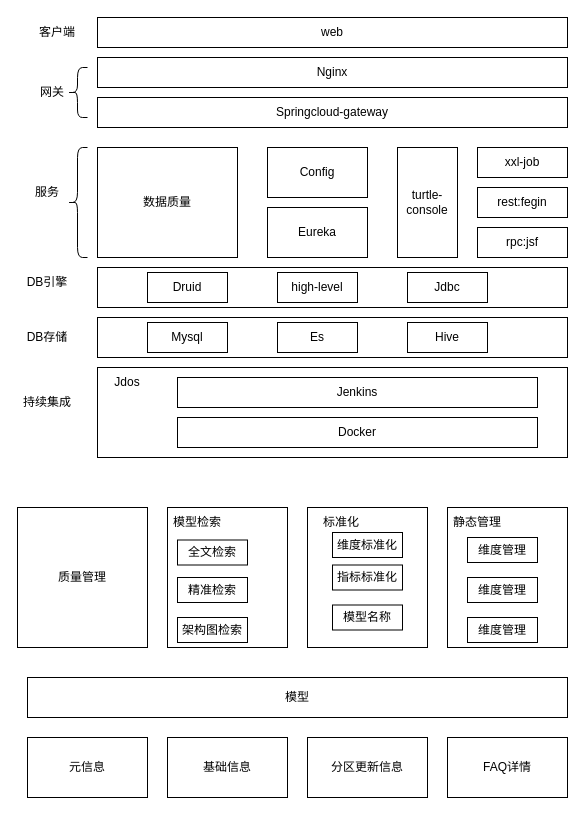
Above: page "技术架构" (6 of 7) of demo01/数据地图.drawio in huang-chh/draw (draw.io), before the change. Source tidied: cells renumbered, new cells numbered last; positions are measured from the earlier drawing's top-left corner, leaving out a move shared by most shapes. Both pictures are drawn from the tidied source at 100%, with x=0, y=0 at pixel (17, 17).
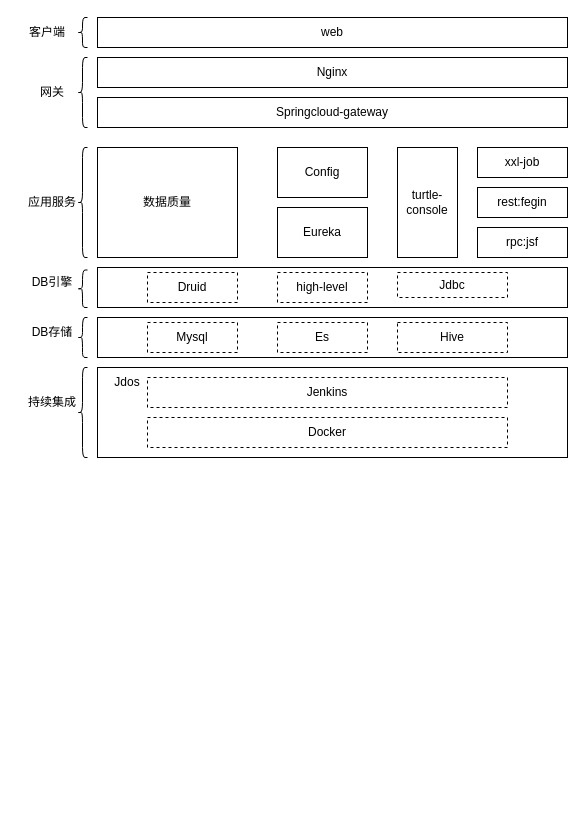
The same page after the edit.

The edit, as a diff of the source:
```diff
@@
     <mxCell id="9" value="Config" style="rounded=0;whiteSpace=wrap;html=1;" parent="1" vertex="1">
-      <mxGeometry x="250" y="130" width="100" height="50" as="geometry" />
+      <mxGeometry x="260" y="130" width="90" height="50" as="geometry" />
     </mxCell>
     <mxCell id="10" value="Eureka" style="rounded=0;whiteSpace=wrap;html=1;" parent="1" vertex="1">
-      <mxGeometry x="250" y="190" width="100" height="50" as="geometry" />
+      <mxGeometry x="260" y="190" width="90" height="50" as="geometry" />
     </mxCell>
@@
-    <mxCell id="13" value="Mysql" style="rounded=0;whiteSpace=wrap;html=1;" parent="1" vertex="1">
-      <mxGeometry x="130" y="305" width="80" height="30" as="geometry" />
+    <mxCell id="13" value="Mysql" style="rounded=0;whiteSpace=wrap;html=1;dashed=1;" parent="1" vertex="1">
+      <mxGeometry x="130" y="305" width="90" height="30" as="geometry" />
     </mxCell>
-    <mxCell id="14" value="Es" style="rounded=0;whiteSpace=wrap;html=1;" parent="1" vertex="1">
-      <mxGeometry x="260" y="305" width="80" height="30" as="geometry" />
+    <mxCell id="14" value="Es" style="rounded=0;whiteSpace=wrap;html=1;dashed=1;" parent="1" vertex="1">
+      <mxGeometry x="260" y="305" width="90" height="30" as="geometry" />
     </mxCell>
@@
-    <mxCell id="16" value="Jenkins" style="rounded=0;whiteSpace=wrap;html=1;" parent="1" vertex="1">
-      <mxGeometry x="160" y="360" width="360" height="30" as="geometry" />
+    <mxCell id="16" value="Jenkins" style="rounded=0;whiteSpace=wrap;html=1;dashed=1;" parent="1" vertex="1">
+      <mxGeometry x="130" y="360" width="360" height="30" as="geometry" />
     </mxCell>
-    <mxCell id="17" value="Docker" style="rounded=0;whiteSpace=wrap;html=1;" parent="1" vertex="1">
-      <mxGeometry x="160" y="400" width="360" height="30" as="geometry" />
+    <mxCell id="17" value="Docker" style="rounded=0;whiteSpace=wrap;html=1;dashed=1;" parent="1" vertex="1">
+      <mxGeometry x="130" y="400" width="360" height="30" as="geometry" />
     </mxCell>
     <mxCell id="18" value="持续集成" style="text;html=1;strokeColor=none;fillColor=none;align=center;verticalAlign=middle;whiteSpace=wrap;rounded=0;" parent="1" vertex="1">
-      <mxGeometry y="370" width="60" height="30" as="geometry" />
+      <mxGeometry x="5" y="370" width="60" height="30" as="geometry" />
     </mxCell>
-    <mxCell id="19" value="模型" style="rounded=0;whiteSpace=wrap;html=1;" parent="1" vertex="1">
-      <mxGeometry x="10" y="660" width="540" height="40" as="geometry" />
-    </mxCell>
-    <mxCell id="20" value="Hive" style="rounded=0;whiteSpace=wrap;html=1;" parent="1" vertex="1">
-      <mxGeometry x="390" y="305" width="80" height="30" as="geometry" />
+    <mxCell id="20" value="Hive" style="rounded=0;whiteSpace=wrap;html=1;dashed=1;" parent="1" vertex="1">
+      <mxGeometry x="380" y="305" width="110" height="30" as="geometry" />
     </mxCell>
@@
-    <mxCell id="22" value="Jdbc" style="rounded=0;whiteSpace=wrap;html=1;" parent="1" vertex="1">
-      <mxGeometry x="390" y="255" width="80" height="30" as="geometry" />
+    <mxCell id="22" value="Jdbc" style="rounded=0;whiteSpace=wrap;html=1;dashed=1;" parent="1" vertex="1">
+      <mxGeometry x="380" y="255" width="110" height="25" as="geometry" />
     </mxCell>
-    <mxCell id="23" value="Druid" style="rounded=0;whiteSpace=wrap;html=1;" parent="1" vertex="1">
-      <mxGeometry x="130" y="255" width="80" height="30" as="geometry" />
+    <mxCell id="23" value="Druid" style="rounded=0;whiteSpace=wrap;html=1;dashed=1;" parent="1" vertex="1">
+      <mxGeometry x="130" y="255" width="90" height="30" as="geometry" />
     </mxCell>
-    <mxCell id="24" value="high-level" style="rounded=0;whiteSpace=wrap;html=1;" parent="1" vertex="1">
-      <mxGeometry x="260" y="255" width="80" height="30" as="geometry" />
+    <mxCell id="24" value="high-level" style="rounded=0;whiteSpace=wrap;html=1;dashed=1;" parent="1" vertex="1">
+      <mxGeometry x="260" y="255" width="90" height="30" as="geometry" />
     </mxCell>
     <mxCell id="25" value="DB存储" style="text;html=1;strokeColor=none;fillColor=none;align=center;verticalAlign=middle;whiteSpace=wrap;rounded=0;" parent="1" vertex="1">
-      <mxGeometry y="305" width="60" height="30" as="geometry" />
+      <mxGeometry x="5" y="300" width="60" height="30" as="geometry" />
     </mxCell>
     <mxCell id="26" value="DB引擎" style="text;html=1;strokeColor=none;fillColor=none;align=center;verticalAlign=middle;whiteSpace=wrap;rounded=0;" parent="1" vertex="1">
-      <mxGeometry y="250" width="60" height="30" as="geometry" />
+      <mxGeometry x="5" y="250" width="60" height="30" as="geometry" />
     </mxCell>
-    <mxCell id="27" value="服务" style="text;html=1;strokeColor=none;fillColor=none;align=center;verticalAlign=middle;whiteSpace=wrap;rounded=0;" parent="1" vertex="1">
-      <mxGeometry y="160" width="60" height="30" as="geometry" />
+    <mxCell id="27" value="应用服务" style="text;html=1;strokeColor=none;fillColor=none;align=center;verticalAlign=middle;whiteSpace=wrap;rounded=0;" parent="1" vertex="1">
+      <mxGeometry x="5" y="170" width="60" height="30" as="geometry" />
     </mxCell>
@@
     <mxCell id="29" style="shape=curlyBracket;whiteSpace=wrap;html=1;rounded=1;size=0.5;" parent="1" vertex="1">
-      <mxGeometry x="50" y="50" width="20" height="50" as="geometry" />
+      <mxGeometry x="60" y="40" width="10" height="70" as="geometry" />
     </mxCell>
-    <mxCell id="30" style="shape=curlyBracket;whiteSpace=wrap;html=1;rounded=1;size=0.5;" parent="1" vertex="1">
-      <mxGeometry x="50" y="130" width="20" height="110" as="geometry" />
-    </mxCell>
     <mxCell id="31" value="客户端" style="text;html=1;strokeColor=none;fillColor=none;align=center;verticalAlign=middle;whiteSpace=wrap;rounded=0;" parent="1" vertex="1">
-      <mxGeometry x="10" width="60" height="30" as="geometry" />
+      <mxGeometry width="60" height="30" as="geometry" />
     </mxCell>
@@
-    <mxCell id="33" style="rounded=0;whiteSpace=wrap;html=1;" parent="1" vertex="1">
-      <mxGeometry x="290" y="490" width="120" height="140" as="geometry" />
-    </mxCell>
-    <mxCell id="34" value="元信息" style="rounded=0;whiteSpace=wrap;html=1;" parent="1" vertex="1">
-      <mxGeometry x="10" y="720" width="120" height="60" as="geometry" />
-    </mxCell>
-    <mxCell id="35" value="基础信息" style="rounded=0;whiteSpace=wrap;html=1;" parent="1" vertex="1">
-      <mxGeometry x="150" y="720" width="120" height="60" as="geometry" />
-    </mxCell>
-    <mxCell id="36" value="分区更新信息" style="rounded=0;whiteSpace=wrap;html=1;" parent="1" vertex="1">
-      <mxGeometry x="290" y="720" width="120" height="60" as="geometry" />
-    </mxCell>
-    <mxCell id="37" style="rounded=0;whiteSpace=wrap;html=1;" parent="1" vertex="1">
-      <mxGeometry x="430" y="490" width="120" height="140" as="geometry" />
-    </mxCell>
-    <mxCell id="38" value="FAQ详情" style="rounded=0;whiteSpace=wrap;html=1;" parent="1" vertex="1">
-      <mxGeometry x="430" y="720" width="120" height="60" as="geometry" />
-    </mxCell>
-    <mxCell id="39" style="rounded=0;whiteSpace=wrap;html=1;" parent="1" vertex="1">
-      <mxGeometry x="150" y="490" width="120" height="140" as="geometry" />
-    </mxCell>
-    <mxCell id="40" value="质量管理" style="rounded=0;whiteSpace=wrap;html=1;" parent="1" vertex="1">
-      <mxGeometry y="490" width="130" height="140" as="geometry" />
-    </mxCell>
-    <mxCell id="41" value="静态管理" style="text;html=1;strokeColor=none;fillColor=none;align=center;verticalAlign=middle;whiteSpace=wrap;rounded=0;" parent="1" vertex="1">
-      <mxGeometry x="430" y="495" width="60" height="20" as="geometry" />
-    </mxCell>
-    <mxCell id="42" value="维度管理" style="rounded=0;whiteSpace=wrap;html=1;" parent="1" vertex="1">
-      <mxGeometry x="450" y="520" width="70" height="25" as="geometry" />
-    </mxCell>
-    <mxCell id="43" value="维度管理" style="rounded=0;whiteSpace=wrap;html=1;" parent="1" vertex="1">
-      <mxGeometry x="450" y="560" width="70" height="25" as="geometry" />
-    </mxCell>
-    <mxCell id="44" value="维度管理" style="rounded=0;whiteSpace=wrap;html=1;" parent="1" vertex="1">
-      <mxGeometry x="450" y="600" width="70" height="25" as="geometry" />
-    </mxCell>
-    <mxCell id="45" value="标准化" style="text;html=1;strokeColor=none;fillColor=none;align=center;verticalAlign=middle;whiteSpace=wrap;rounded=0;" parent="1" vertex="1">
-      <mxGeometry x="294" y="495" width="60" height="20" as="geometry" />
-    </mxCell>
-    <mxCell id="46" value="维度标准化" style="rounded=0;whiteSpace=wrap;html=1;" parent="1" vertex="1">
-      <mxGeometry x="315" y="515" width="70" height="25" as="geometry" />
-    </mxCell>
-    <mxCell id="47" value="指标标准化" style="rounded=0;whiteSpace=wrap;html=1;" parent="1" vertex="1">
-      <mxGeometry x="315" y="547.5" width="70" height="25" as="geometry" />
-    </mxCell>
-    <mxCell id="48" value="模型名称" style="rounded=0;whiteSpace=wrap;html=1;" parent="1" vertex="1">
-      <mxGeometry x="315" y="587.5" width="70" height="25" as="geometry" />
-    </mxCell>
-    <mxCell id="49" value="模型检索" style="text;html=1;strokeColor=none;fillColor=none;align=center;verticalAlign=middle;whiteSpace=wrap;rounded=0;" parent="1" vertex="1">
-      <mxGeometry x="150" y="495" width="60" height="20" as="geometry" />
-    </mxCell>
-    <mxCell id="50" value="全文检索" style="rounded=0;whiteSpace=wrap;html=1;" parent="1" vertex="1">
-      <mxGeometry x="160" y="522.5" width="70" height="25" as="geometry" />
-    </mxCell>
-    <mxCell id="51" value="精准检索" style="rounded=0;whiteSpace=wrap;html=1;" parent="1" vertex="1">
-      <mxGeometry x="160" y="560" width="70" height="25" as="geometry" />
-    </mxCell>
-    <mxCell id="52" value="架构图检索" style="rounded=0;whiteSpace=wrap;html=1;" parent="1" vertex="1">
-      <mxGeometry x="160" y="600" width="70" height="25" as="geometry" />
-    </mxCell>
+    <mxCell id="53" style="shape=curlyBracket;whiteSpace=wrap;html=1;rounded=1;size=0.5;" parent="1" vertex="1">
+      <mxGeometry x="60" y="130" width="10" height="110" as="geometry" />
+    </mxCell>
+    <mxCell id="54" style="shape=curlyBracket;whiteSpace=wrap;html=1;rounded=1;size=0.5;" parent="1" vertex="1">
+      <mxGeometry x="60" width="10" height="30" as="geometry" />
+    </mxCell>
+    <mxCell id="55" style="shape=curlyBracket;whiteSpace=wrap;html=1;rounded=1;size=0.5;" parent="1" vertex="1">
+      <mxGeometry x="60" y="252.5" width="10" height="37.5" as="geometry" />
+    </mxCell>
+    <mxCell id="56" style="shape=curlyBracket;whiteSpace=wrap;html=1;rounded=1;size=0.5;" parent="1" vertex="1">
+      <mxGeometry x="60" y="300" width="10" height="40" as="geometry" />
+    </mxCell>
+    <mxCell id="57" style="shape=curlyBracket;whiteSpace=wrap;html=1;rounded=1;size=0.5;" parent="1" vertex="1">
+      <mxGeometry x="60" y="350" width="10" height="90" as="geometry" />
+    </mxCell>
```
